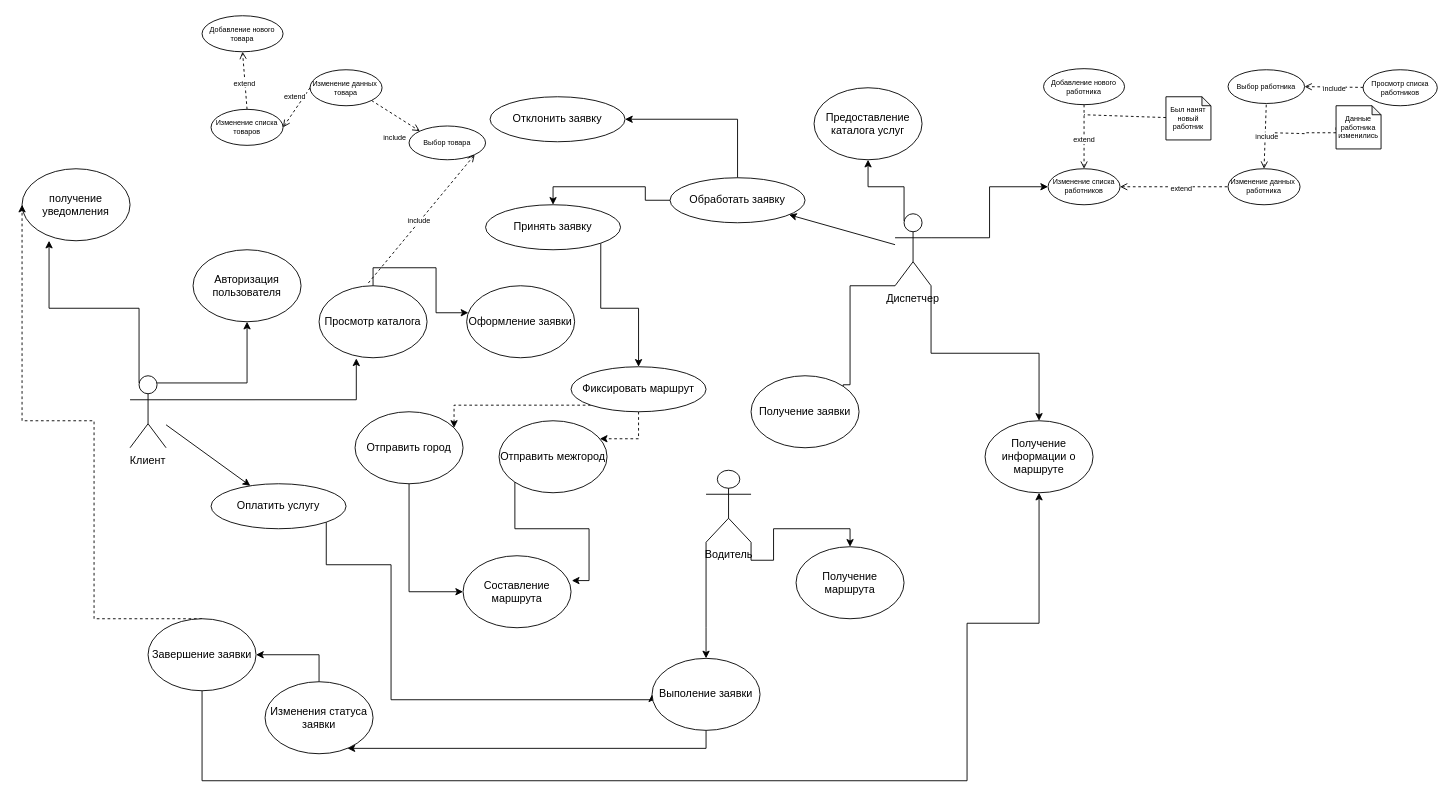
The draw.io diagram page "Автобаза - Прецеденты" (1 of 4) of Диаграмма без названия.drawio in MOLLIP-merzota/-, before the edit. Source tidied: cells renumbered, new cells numbered last; positions are measured from the earlier drawing's top-left corner, leaving out a move shared by most shapes. Both pictures are drawn from the tidied source at 90%, with x=0, y=0 at pixel (22, 15).
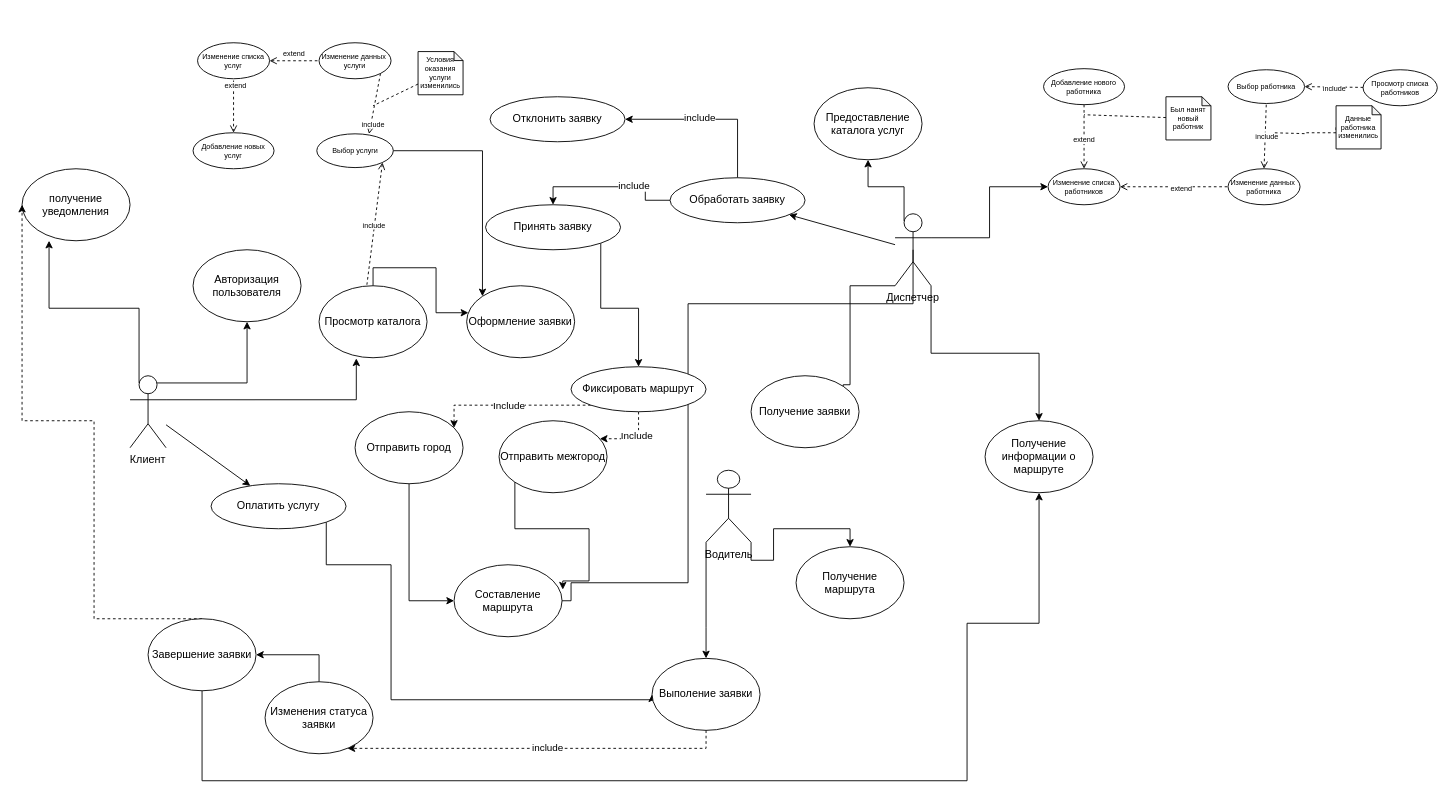
The same page after the edit.

The change refers to these unchanged cells:
```xml
<mxCell id="8" value="Диспетчер" style="shape=umlActor;verticalLabelPosition=bottom;verticalAlign=top;" parent="1" vertex="1">
  <mxGeometry x="970" y="220" width="40" height="80" as="geometry" />
</mxCell>
<mxCell id="11" style="edgeStyle=orthogonalEdgeStyle;rounded=0;jettySize=auto;html=1;exitX=0.5;exitY=0;exitDx=0;exitDy=0;entryX=1;entryY=0.5;entryDx=0;entryDy=0;" parent="1" edge="1" source="13" target="14">
  <mxGeometry relative="1" as="geometry" />
</mxCell>
<mxCell id="12" style="edgeStyle=orthogonalEdgeStyle;rounded=0;jettySize=auto;html=1;exitX=0;exitY=0.5;exitDx=0;exitDy=0;entryX=0.5;entryY=0;entryDx=0;entryDy=0;" parent="1" edge="1" source="13" target="21">
  <mxGeometry relative="1" as="geometry" />
</mxCell>
<mxCell id="15" style="edgeStyle=orthogonalEdgeStyle;rounded=0;jettySize=auto;html=1;exitX=0;exitY=1;exitDx=0;exitDy=0;dashed=1;" parent="1" edge="1" source="17" target="28">
  <mxGeometry relative="1" as="geometry">
    <Array as="points">
      <mxPoint x="480" y="433" />
    </Array>
  </mxGeometry>
</mxCell>
<mxCell id="16" style="edgeStyle=orthogonalEdgeStyle;rounded=0;jettySize=auto;html=1;exitX=0.5;exitY=1;exitDx=0;exitDy=0;dashed=1;" parent="1" edge="1" source="17" target="29">
  <mxGeometry relative="1" as="geometry">
    <Array as="points">
      <mxPoint x="685" y="470" />
    </Array>
  </mxGeometry>
</mxCell>
<mxCell id="32" value="Выполение заявки" style="ellipse;whiteSpace=wrap;html=1;" parent="1" vertex="1">
  <mxGeometry x="700" y="714" width="120" height="80" as="geometry" />
</mxCell>
<mxCell id="40" value="Изменения статуса заявки" style="ellipse;whiteSpace=wrap;html=1;" parent="1" vertex="1">
  <mxGeometry x="270" y="740" width="120" height="80" as="geometry" />
</mxCell>
<mxCell id="43" value="Оформление заявки" style="ellipse;whiteSpace=wrap;html=1;" parent="1" vertex="1">
  <mxGeometry x="494" y="300" width="120" height="80" as="geometry" />
</mxCell>
```

The edit, as a diff of the source:
```diff
@@
+    <mxCell id="77" style="edgeStyle=orthogonalEdgeStyle;rounded=0;jettySize=auto;html=1;exitX=0.5;exitY=0.5;exitDx=0;exitDy=0;exitPerimeter=0;entryX=1;entryY=0.5;entryDx=0;entryDy=0;strokeColor=default;endArrow=none;startFill=0;" parent="1" edge="1" source="8" target="26">
+      <mxGeometry relative="1" as="geometry">
+        <Array as="points">
+          <mxPoint x="990" y="320" />
+          <mxPoint x="740" y="320" />
+          <mxPoint x="740" y="630" />
+          <mxPoint x="610" y="630" />
+        </Array>
+      </mxGeometry>
+    </mxCell>
@@
+    <mxCell id="78" value="include" style="edgeLabel;html=1;align=center;verticalAlign=middle;" parent="11" vertex="1">
+      <mxGeometry x="0.14" y="-3" relative="1" as="geometry" />
+    </mxCell>
@@
+    <mxCell id="79" value="include" style="edgeLabel;html=1;align=center;verticalAlign=middle;" parent="12" vertex="1">
+      <mxGeometry x="-0.32" y="-2" relative="1" as="geometry" />
+    </mxCell>
@@
+    <mxCell id="80" value="Include" style="edgeLabel;html=1;align=center;verticalAlign=middle;" parent="15" vertex="1">
+      <mxGeometry x="0.03" relative="1" as="geometry" />
+    </mxCell>
@@
+    <mxCell id="81" value="Include" style="edgeLabel;html=1;align=center;verticalAlign=middle;" parent="16" vertex="1">
+      <mxGeometry x="-0.28" y="-3" relative="1" as="geometry" />
+    </mxCell>
@@
     <mxCell id="26" value="Составление маршрута" style="ellipse;whiteSpace=wrap;html=1;" parent="1" vertex="1">
-      <mxGeometry x="490" y="600" width="120" height="80" as="geometry" />
+      <mxGeometry x="480" y="610" width="120" height="80" as="geometry" />
     </mxCell>
@@
-    <mxCell id="31" style="edgeStyle=orthogonalEdgeStyle;rounded=0;jettySize=auto;html=1;exitX=0.5;exitY=1;exitDx=0;exitDy=0;" parent="1" edge="1" source="32" target="40">
+    <mxCell id="31" style="edgeStyle=orthogonalEdgeStyle;rounded=0;jettySize=auto;html=1;exitX=0.5;exitY=1;exitDx=0;exitDy=0;dashed=1;" parent="1" edge="1" source="32" target="40">
       <mxGeometry relative="1" as="geometry">
         <Array as="points">
           <mxPoint x="760" y="814" />
           <mxPoint x="380" y="814" />
         </Array>
       </mxGeometry>
     </mxCell>
+    <mxCell id="82" value="include" style="edgeLabel;html=1;align=center;verticalAlign=middle;" parent="31" vertex="1">
+      <mxGeometry x="-0.06" y="-1" relative="1" as="geometry" />
+    </mxCell>
@@
-    <mxCell id="65" style="endArrow=open;html=1;rounded=0;exitX=0.5;exitY=0;exitDx=0;exitDy=0;fontSize=8;dashed=1;entryX=0.5;entryY=1;entryDx=0;entryDy=0;endFill=0;" parent="1" edge="1" source="68" target="67">
+    <mxCell id="65" style="endArrow=open;html=1;rounded=0;exitX=0.5;exitY=0;exitDx=0;exitDy=0;fontSize=8;dashed=1;entryX=0.5;entryY=0;entryDx=0;entryDy=0;endFill=0;" parent="1" edge="1" source="68" target="67">
       <mxGeometry relative="1" as="geometry" />
     </mxCell>
@@
-    <mxCell id="67" value="Добавление нового&lt;div style=&quot;font-size: 8px;&quot;&gt;товара&lt;/div&gt;" style="ellipse;whiteSpace=wrap;html=1;fontSize=8;" parent="1" vertex="1">
-      <mxGeometry x="200" width="90" height="40" as="geometry" />
+    <mxCell id="67" value="Добавление новых&lt;div&gt;услуг&lt;/div&gt;" style="ellipse;whiteSpace=wrap;html=1;fontSize=8;" parent="1" vertex="1">
+      <mxGeometry x="190" y="130" width="90" height="40" as="geometry" />
     </mxCell>
-    <mxCell id="68" value="Изменение списка товаров" style="ellipse;whiteSpace=wrap;html=1;fontSize=8;" parent="1" vertex="1">
-      <mxGeometry x="210" y="104" width="80" height="40" as="geometry" />
+    <mxCell id="68" value="Изменение списка услуг" style="ellipse;whiteSpace=wrap;html=1;fontSize=8;" parent="1" vertex="1">
+      <mxGeometry x="195" y="30" width="80" height="40" as="geometry" />
     </mxCell>
-    <mxCell id="69" value="Изменение данных&amp;nbsp; товара" style="ellipse;whiteSpace=wrap;html=1;fontSize=8;" parent="1" vertex="1">
-      <mxGeometry x="320" y="60" width="80" height="40" as="geometry" />
+    <mxCell id="69" value="Изменение данных&amp;nbsp; услуги" style="ellipse;whiteSpace=wrap;html=1;fontSize=8;" parent="1" vertex="1">
+      <mxGeometry x="330" y="30" width="80" height="40" as="geometry" />
     </mxCell>
@@
+    <mxCell id="83" style="edgeStyle=orthogonalEdgeStyle;rounded=0;jettySize=auto;html=1;exitX=1;exitY=0.5;exitDx=0;exitDy=0;entryX=0;entryY=0;entryDx=0;entryDy=0;" parent="1" edge="1" source="72" target="43">
+      <mxGeometry relative="1" as="geometry" />
+    </mxCell>
-    <mxCell id="72" value="Выбор товара" style="ellipse;whiteSpace=wrap;html=1;fontSize=8;" parent="1" vertex="1">
-      <mxGeometry x="430" y="122.5" width="85" height="37.5" as="geometry" />
+    <mxCell id="72" value="Выбор услуги" style="ellipse;whiteSpace=wrap;html=1;fontSize=8;" parent="1" vertex="1">
+      <mxGeometry x="327.5" y="131.2" width="85" height="37.5" as="geometry" />
     </mxCell>
-    <mxCell id="73" style="endArrow=open;html=1;rounded=0;dashed=1;fontSize=8;exitX=1;exitY=1;exitDx=0;exitDy=0;entryX=0;entryY=0;entryDx=0;entryDy=0;endFill=0;" parent="1" edge="1" source="69" target="72">
+    <mxCell id="73" style="endArrow=open;html=1;rounded=0;dashed=1;fontSize=8;exitX=1;exitY=1;exitDx=0;exitDy=0;entryX=0.683;entryY=0.005;entryDx=0;entryDy=0;endFill=0;entryPerimeter=0;" parent="1" edge="1" source="69" target="72">
       <mxGeometry relative="1" as="geometry" />
     </mxCell>
@@
+    <mxCell id="84" value="Условия оказания услуги изменились" style="shape=note;whiteSpace=wrap;html=1;backgroundOutline=1;darkOpacity=0.05;size=10;fontSize=8;" parent="1" vertex="1">
+      <mxGeometry x="440" y="39.8" width="50" height="48" as="geometry" />
+    </mxCell>
+    <mxCell id="85" style="endArrow=none;html=1;rounded=0;endFill=0;dashed=1;" parent="1" edge="1" source="84">
+      <mxGeometry relative="1" as="geometry">
+        <mxPoint x="390" y="100" as="targetPoint" />
+      </mxGeometry>
+    </mxCell>
```
